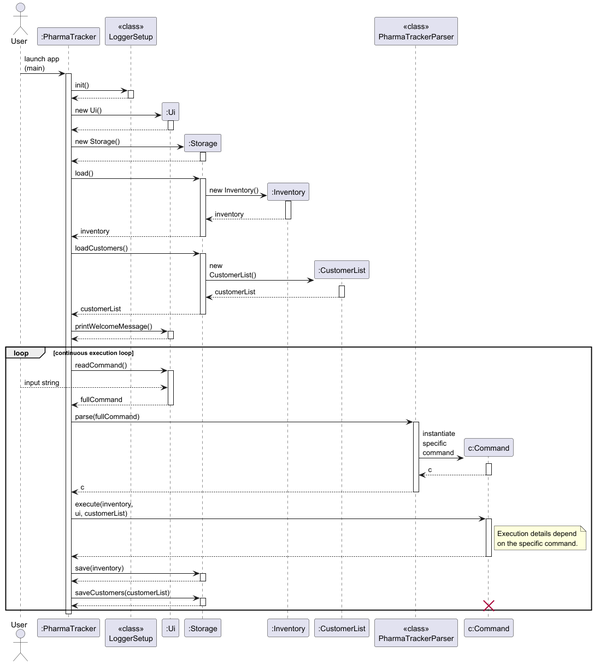
Earlier version of the PlantUML export docs/images/ArchitectureSequence.png (Yaqi66/tp). Its diagram source:
```plantuml
@startuml
skinparam ArrowFontStyle plain
skinparam maxMessageSize 100

actor User
participant ":PharmaTracker" as PharmaTracker
participant "<<class>>\nLoggerSetup" as LoggerSetup
participant ":Ui" as Ui
participant ":Storage" as Storage
participant ":Inventory" as Inventory
participant ":CustomerList" as CustomerList
participant "<<class>>\nPharmaTrackerParser" as PTP
participant "c:Command" as Command

User -> PharmaTracker : launch app (main)
activate PharmaTracker

PharmaTracker -> LoggerSetup : init()
activate LoggerSetup
LoggerSetup --> PharmaTracker
deactivate LoggerSetup

create Ui
PharmaTracker -> Ui : new Ui()
activate Ui
Ui --> PharmaTracker
deactivate Ui

create Storage
PharmaTracker -> Storage : new Storage()
activate Storage
Storage --> PharmaTracker
deactivate Storage

PharmaTracker -> Storage : load()
activate Storage
create Inventory
Storage -> Inventory : new Inventory()
activate Inventory
Inventory --> Storage : inventory
deactivate Inventory
Storage --> PharmaTracker : inventory
deactivate Storage

PharmaTracker -> Storage : loadCustomers()
activate Storage
create CustomerList
Storage -> CustomerList : new CustomerList()
activate CustomerList
CustomerList --> Storage : customerList
deactivate CustomerList
Storage --> PharmaTracker : customerList
deactivate Storage

PharmaTracker -> Ui : printWelcomeMessage()
activate Ui
Ui --> PharmaTracker
deactivate Ui

loop continuous execution loop
    PharmaTracker -> Ui : readCommand()
    activate Ui
    User --> Ui : input string
    Ui --> PharmaTracker : fullCommand
    deactivate Ui

    PharmaTracker -> PTP : parse(fullCommand)
    activate PTP

    create Command
    PTP -> Command : instantiate specific command
    activate Command
    Command --> PTP : c
    deactivate Command

    PTP --> PharmaTracker : c
    deactivate PTP

    PharmaTracker -> Command : execute(inventory, ui, customerList)
    activate Command

    note right of Command
        Execution details depend
        on the specific command.
    end note

    Command --> PharmaTracker
    deactivate Command

    PharmaTracker -> Storage : save(inventory)
    activate Storage
    Storage --> PharmaTracker
    deactivate Storage

    PharmaTracker -> Storage : saveCustomers(customerList)
    activate Storage
    Storage --> PharmaTracker
    deactivate Storage

    destroy Command
end

deactivate PharmaTracker
@enduml
```
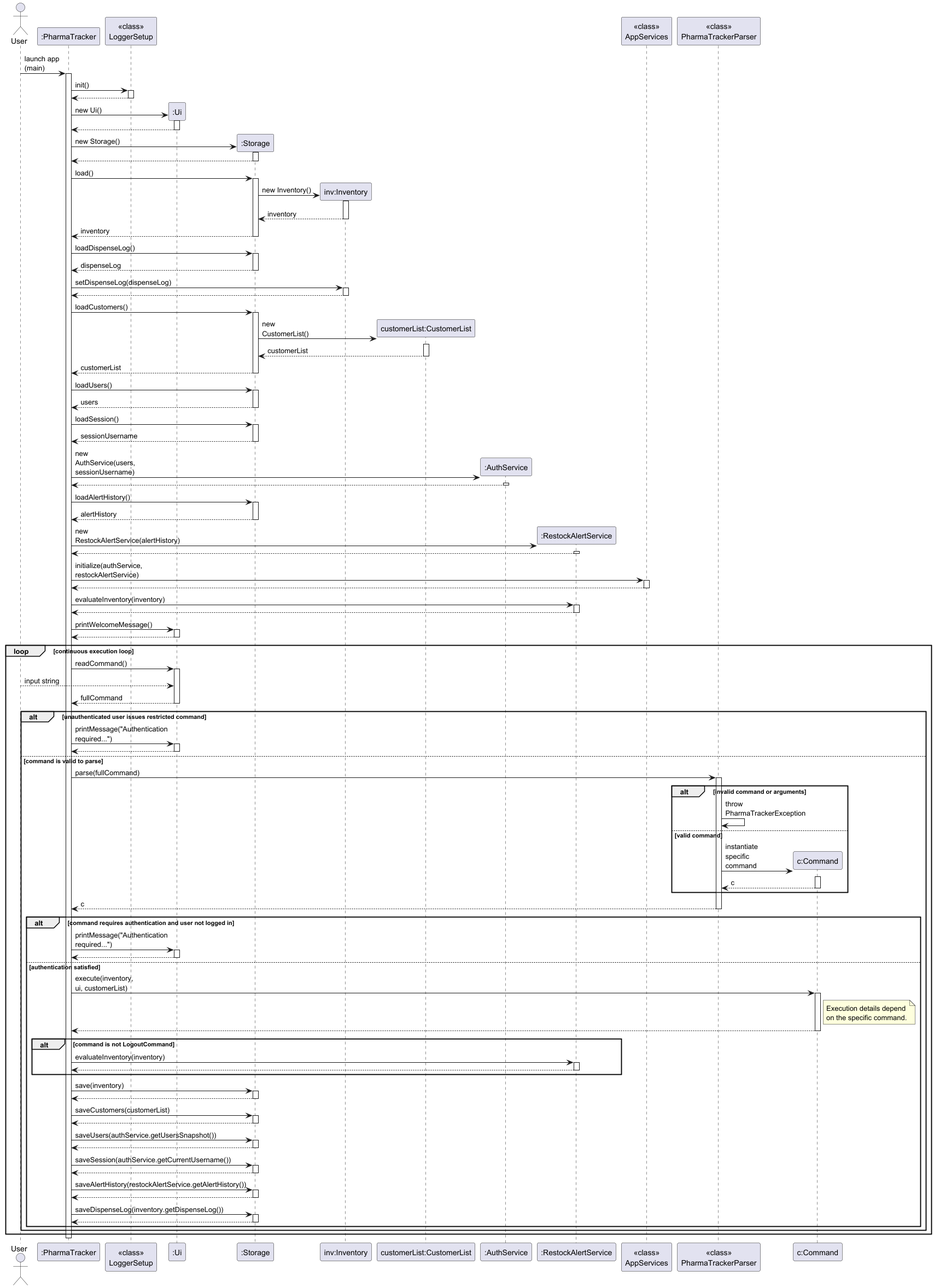
Later version of the same file.

Change to the diagram source:
```diff
@@ -7,9 +7,12 @@
 participant "<<class>>\nLoggerSetup" as LoggerSetup
 participant ":Ui" as Ui
 participant ":Storage" as Storage
-participant ":Inventory" as Inventory
-participant ":CustomerList" as CustomerList
-participant "<<class>>\nPharmaTrackerParser" as PTP
+participant "inv:Inventory" as Inventory
+participant "customerList:CustomerList" as CustomerList
+participant ":AuthService" as AuthService
+participant ":RestockAlertService" as RestockAlertService
+participant "<<class>>\nAppServices" as AppServices
+participant "<<class>>\nPharmaTrackerParser" as Parser
 participant "c:Command" as Command
 
 User -> PharmaTracker : launch app (main)
@@ -42,6 +45,16 @@
 Storage --> PharmaTracker : inventory
 deactivate Storage
 
+PharmaTracker -> Storage : loadDispenseLog()
+activate Storage
+Storage --> PharmaTracker : dispenseLog
+deactivate Storage
+
+PharmaTracker -> Inventory : setDispenseLog(dispenseLog)
+activate Inventory
+Inventory --> PharmaTracker
+deactivate Inventory
+
 PharmaTracker -> Storage : loadCustomers()
 activate Storage
 create CustomerList
@@ -52,52 +65,134 @@
 Storage --> PharmaTracker : customerList
 deactivate Storage
 
+PharmaTracker -> Storage : loadUsers()
+activate Storage
+Storage --> PharmaTracker : users
+deactivate Storage
+
+PharmaTracker -> Storage : loadSession()
+activate Storage
+Storage --> PharmaTracker : sessionUsername
+deactivate Storage
+
+create AuthService
+PharmaTracker -> AuthService : new AuthService(users, sessionUsername)
+activate AuthService
+AuthService --> PharmaTracker
+deactivate AuthService
+
+PharmaTracker -> Storage : loadAlertHistory()
+activate Storage
+Storage --> PharmaTracker : alertHistory
+deactivate Storage
+
+create RestockAlertService
+PharmaTracker -> RestockAlertService : new RestockAlertService(alertHistory)
+activate RestockAlertService
+RestockAlertService --> PharmaTracker
+deactivate RestockAlertService
+
+PharmaTracker -> AppServices : initialize(authService, restockAlertService)
+activate AppServices
+AppServices --> PharmaTracker
+deactivate AppServices
+
+PharmaTracker -> RestockAlertService : evaluateInventory(inventory)
+activate RestockAlertService
+RestockAlertService --> PharmaTracker
+deactivate RestockAlertService
+
 PharmaTracker -> Ui : printWelcomeMessage()
 activate Ui
 Ui --> PharmaTracker
 deactivate Ui
 
 loop continuous execution loop
+
     PharmaTracker -> Ui : readCommand()
     activate Ui
     User --> Ui : input string
     Ui --> PharmaTracker : fullCommand
     deactivate Ui
 
-    PharmaTracker -> PTP : parse(fullCommand)
-    activate PTP
+    alt unauthenticated user issues restricted command
+        PharmaTracker -> Ui : printMessage("Authentication required...")
+        activate Ui
+        Ui --> PharmaTracker
+        deactivate Ui
+    else command is valid to parse
+        PharmaTracker -> Parser : parse(fullCommand)
+        activate Parser
 
-    create Command
-    PTP -> Command : instantiate specific command
-    activate Command
-    Command --> PTP : c
-    deactivate Command
+        alt invalid command or arguments
+            Parser -> Parser : throw PharmaTrackerException
+        else valid command
+            create Command
+            Parser -> Command : instantiate specific command
+            activate Command
+            Command --> Parser : c
+            deactivate Command
+        end
 
-    PTP --> PharmaTracker : c
-    deactivate PTP
+        Parser --> PharmaTracker : c
+        deactivate Parser
 
-    PharmaTracker -> Command : execute(inventory, ui, customerList)
-    activate Command
+        alt command requires authentication and user not logged in
+            PharmaTracker -> Ui : printMessage("Authentication required...")
+            activate Ui
+            Ui --> PharmaTracker
+            deactivate Ui
+        else authentication satisfied
+            PharmaTracker -> Command : execute(inventory, ui, customerList)
+            activate Command
 
-    note right of Command
-        Execution details depend
-        on the specific command.
-    end note
+            note right of Command
+                Execution details depend
+                on the specific command.
+            end note
 
-    Command --> PharmaTracker
-    deactivate Command
+            Command --> PharmaTracker
+            deactivate Command
 
-    PharmaTracker -> Storage : save(inventory)
-    activate Storage
-    Storage --> PharmaTracker
-    deactivate Storage
+            alt command is not LogoutCommand
+                PharmaTracker -> RestockAlertService : evaluateInventory(inventory)
+                activate RestockAlertService
+                RestockAlertService --> PharmaTracker
+                deactivate RestockAlertService
+            end
 
-    PharmaTracker -> Storage : saveCustomers(customerList)
-    activate Storage
-    Storage --> PharmaTracker
-    deactivate Storage
+            PharmaTracker -> Storage : save(inventory)
+            activate Storage
+            Storage --> PharmaTracker
+            deactivate Storage
 
-    destroy Command
+            PharmaTracker -> Storage : saveCustomers(customerList)
+            activate Storage
+            Storage --> PharmaTracker
+            deactivate Storage
+
+            PharmaTracker -> Storage : saveUsers(authService.getUsersSnapshot())
+            activate Storage
+            Storage --> PharmaTracker
+            deactivate Storage
+
+            PharmaTracker -> Storage : saveSession(authService.getCurrentUsername())
+            activate Storage
+            Storage --> PharmaTracker
+            deactivate Storage
+
+            PharmaTracker -> Storage : saveAlertHistory(restockAlertService.getAlertHistory())
+            activate Storage
+            Storage --> PharmaTracker
+            deactivate Storage
+
+            PharmaTracker -> Storage : saveDispenseLog(inventory.getDispenseLog())
+            activate Storage
+            Storage --> PharmaTracker
+            deactivate Storage
+        end
+    end
+
 end
 
 deactivate PharmaTracker
```
